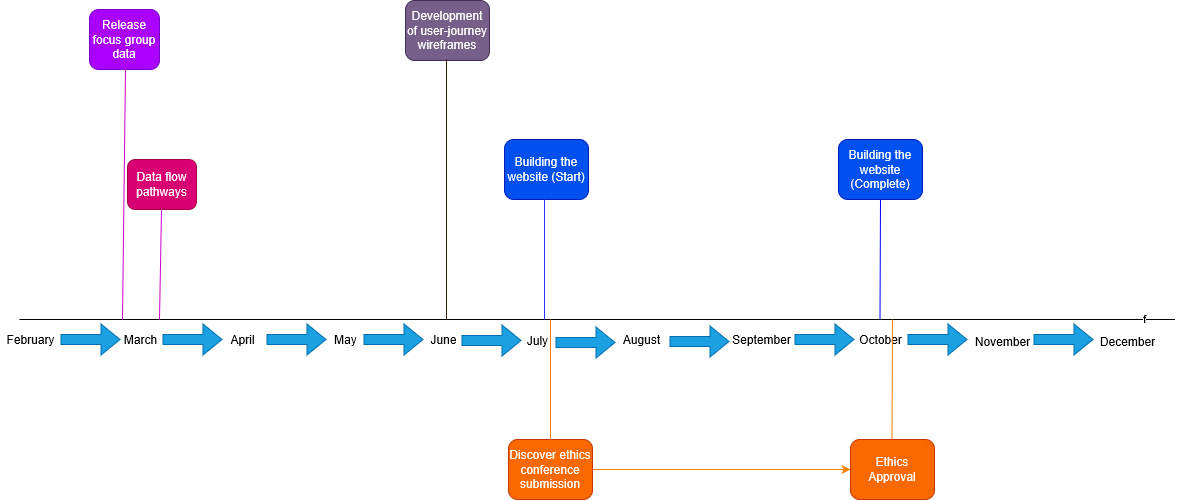
This is project-management/Copy of Demo Timeline.png from alan-turing-institute/AutisticaCitizenScience, a draw.io export, as it was before one commit. Source tidied: cells renumbered, new cells last; positions are measured from the earlier drawing's top-left corner, leaving out a move shared by most shapes.
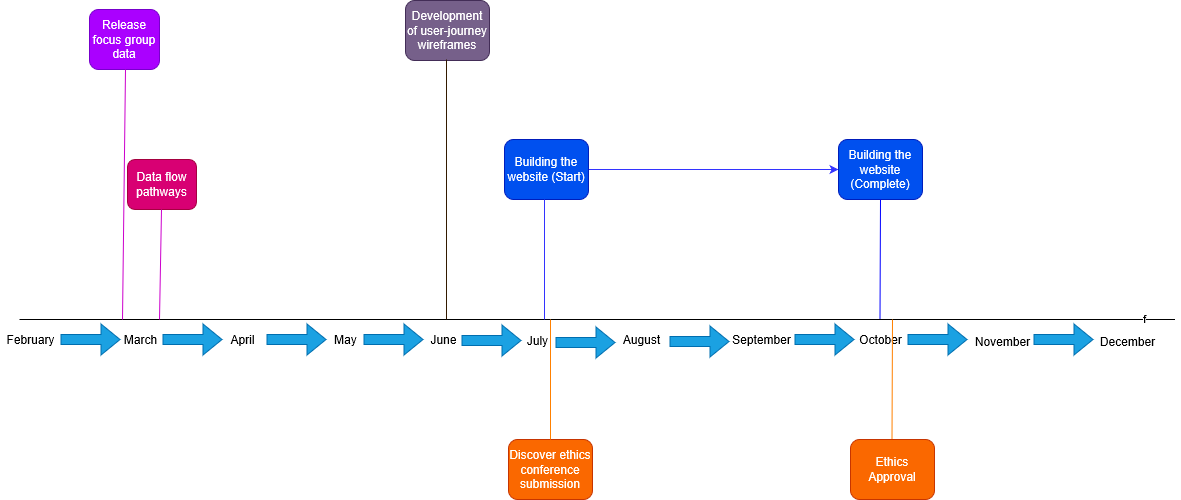
After the change.

The edit, as a diff of the source:
```diff
@@ -146,9 +146,6 @@
         <mxPoint x="446" y="59" as="targetPoint" />
       </mxGeometry>
     </mxCell>
-    <mxCell id="30" style="edgeStyle=orthogonalEdgeStyle;rounded=0;jettySize=auto;html=1;strokeColor=#FF8000;" parent="1" edge="1" source="31" target="32">
-      <mxGeometry relative="1" as="geometry" />
-    </mxCell>
     <mxCell id="31" value="Discover ethics conference submission" style="rounded=1;whiteSpace=wrap;html=1;fillColor=#fa6800;strokeColor=#C73500;fontColor=#ffffff;" parent="1" vertex="1">
       <mxGeometry x="508" y="439" width="84" height="60" as="geometry" />
     </mxCell>
@@ -160,6 +157,9 @@
         <mxPoint x="550" y="319" as="targetPoint" />
       </mxGeometry>
     </mxCell>
+    <mxCell id="39" style="edgeStyle=orthogonalEdgeStyle;rounded=0;jettySize=auto;html=1;strokeColor=#3333FF;" parent="1" edge="1" source="34" target="35">
+      <mxGeometry relative="1" as="geometry" />
+    </mxCell>
     <mxCell id="34" value="Building the website (Start)" style="rounded=1;whiteSpace=wrap;html=1;fillColor=#0050ef;strokeColor=#001DBC;fontColor=#ffffff;" parent="1" vertex="1">
       <mxGeometry x="504" y="139" width="84" height="60" as="geometry" />
     </mxCell>
```
